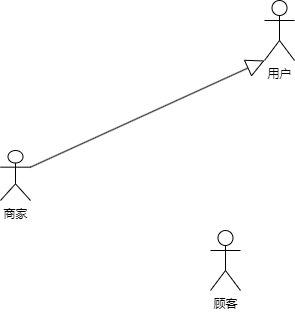
Above: 实验1.drawio.png in ICEFJL/Experiment-with-software-development-methods (draw.io), before the change. Source tidied: cells renumbered, new cells last; positions are measured from the earlier drawing's top-left corner, leaving out a move shared by most shapes.
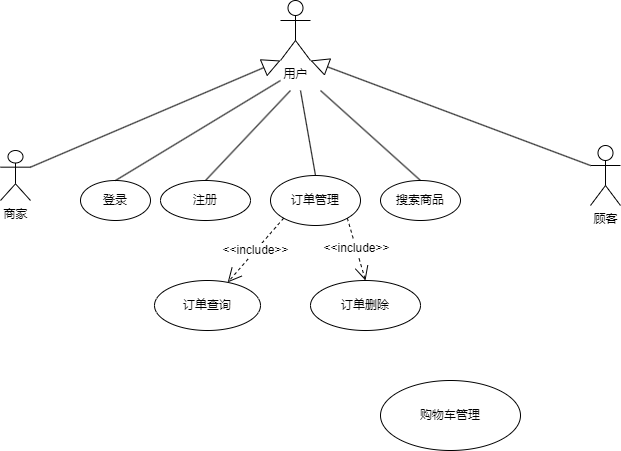
The same file after the commit.

The edit, as a diff of the source:
```diff
@@ -3,16 +3,66 @@
     <mxCell id="0" />
     <mxCell id="1" parent="0" />
     <mxCell id="2" value="用户" style="shape=umlActor;verticalLabelPosition=bottom;verticalAlign=top;html=1;outlineConnect=0;" parent="1" vertex="1">
-      <mxGeometry x="264" width="30" height="60" as="geometry" />
+      <mxGeometry x="280" y="-60" width="30" height="60" as="geometry" />
     </mxCell>
     <mxCell id="3" value="顾客" style="shape=umlActor;verticalLabelPosition=bottom;verticalAlign=top;html=1;outlineConnect=0;" parent="1" vertex="1">
-      <mxGeometry x="210" y="230" width="30" height="60" as="geometry" />
+      <mxGeometry x="590" y="85" width="30" height="60" as="geometry" />
     </mxCell>
     <mxCell id="4" value="商家" style="shape=umlActor;verticalLabelPosition=bottom;verticalAlign=top;html=1;outlineConnect=0;" parent="1" vertex="1">
-      <mxGeometry y="150" width="30" height="50" as="geometry" />
+      <mxGeometry y="90" width="30" height="50" as="geometry" />
     </mxCell>
     <mxCell id="5" style="endArrow=block;endSize=16;endFill=0;html=1;rounded=0;exitX=1;exitY=0.3333333333333333;exitDx=0;exitDy=0;exitPerimeter=0;entryX=0;entryY=1;entryDx=0;entryDy=0;entryPerimeter=0;" parent="1" edge="1" source="4" target="2">
       <mxGeometry relative="1" as="geometry" />
     </mxCell>
+    <mxCell id="6" style="endArrow=block;endSize=16;endFill=0;html=1;rounded=0;exitX=0;exitY=0.3333333333333333;exitDx=0;exitDy=0;exitPerimeter=0;entryX=1;entryY=1;entryDx=0;entryDy=0;entryPerimeter=0;" parent="1" edge="1" source="3" target="2">
+      <mxGeometry relative="1" as="geometry" />
+    </mxCell>
+    <mxCell id="7" value="登录" style="ellipse;whiteSpace=wrap;html=1;" parent="1" vertex="1">
+      <mxGeometry x="80" y="120" width="70" height="40" as="geometry" />
+    </mxCell>
+    <mxCell id="8" style="endArrow=none;html=1;rounded=0;exitX=0.5;exitY=0;exitDx=0;exitDy=0;" parent="1" edge="1" source="7">
+      <mxGeometry relative="1" as="geometry">
+        <mxPoint x="280" y="20" as="targetPoint" />
+      </mxGeometry>
+    </mxCell>
+    <mxCell id="9" value="注册" style="ellipse;whiteSpace=wrap;html=1;" parent="1" vertex="1">
+      <mxGeometry x="160" y="120" width="90" height="40" as="geometry" />
+    </mxCell>
+    <mxCell id="10" style="endArrow=none;html=1;rounded=0;exitX=0.5;exitY=0;exitDx=0;exitDy=0;" parent="1" edge="1" source="9">
+      <mxGeometry relative="1" as="geometry">
+        <mxPoint x="290" y="30" as="targetPoint" />
+      </mxGeometry>
+    </mxCell>
+    <mxCell id="11" value="订单管理" style="ellipse;whiteSpace=wrap;html=1;" parent="1" vertex="1">
+      <mxGeometry x="270" y="115" width="90" height="50" as="geometry" />
+    </mxCell>
+    <mxCell id="12" style="endArrow=none;html=1;rounded=0;entryX=0.5;entryY=0;entryDx=0;entryDy=0;" parent="1" edge="1" target="11">
+      <mxGeometry relative="1" as="geometry">
+        <mxPoint x="300" y="30" as="sourcePoint" />
+      </mxGeometry>
+    </mxCell>
+    <mxCell id="13" value="搜索商品" style="ellipse;whiteSpace=wrap;html=1;" parent="1" vertex="1">
+      <mxGeometry x="380" y="120" width="80" height="40" as="geometry" />
+    </mxCell>
+    <mxCell id="14" style="endArrow=none;html=1;rounded=0;entryX=0.5;entryY=0;entryDx=0;entryDy=0;" parent="1" edge="1" target="13">
+      <mxGeometry relative="1" as="geometry">
+        <mxPoint x="320" y="30" as="sourcePoint" />
+      </mxGeometry>
+    </mxCell>
+    <mxCell id="15" value="&amp;lt;&amp;lt;include&amp;gt;&amp;gt;" style="endArrow=open;endSize=12;dashed=1;html=1;rounded=0;exitX=0;exitY=1;exitDx=0;exitDy=0;" parent="1" edge="1" source="11" target="16">
+      <mxGeometry relative="1" as="geometry" />
+    </mxCell>
+    <mxCell id="16" value="订单查询" style="ellipse;whiteSpace=wrap;html=1;" parent="1" vertex="1">
+      <mxGeometry x="154" y="220" width="106" height="50" as="geometry" />
+    </mxCell>
+    <mxCell id="17" value="订单删除" style="ellipse;whiteSpace=wrap;html=1;" parent="1" vertex="1">
+      <mxGeometry x="310" y="220" width="110" height="50" as="geometry" />
+    </mxCell>
+    <mxCell id="18" value="&amp;lt;&amp;lt;include&amp;gt;&amp;gt;" style="endArrow=open;endSize=12;dashed=1;html=1;rounded=0;exitX=1;exitY=1;exitDx=0;exitDy=0;entryX=0.5;entryY=0;entryDx=0;entryDy=0;" parent="1" edge="1" source="11" target="17">
+      <mxGeometry relative="1" as="geometry" />
+    </mxCell>
+    <mxCell id="19" value="购物车管理" style="ellipse;whiteSpace=wrap;html=1;" parent="1" vertex="1">
+      <mxGeometry x="380" y="320" width="140" height="70" as="geometry" />
+    </mxCell>
   </root>
 </mxGraphModel>
```
